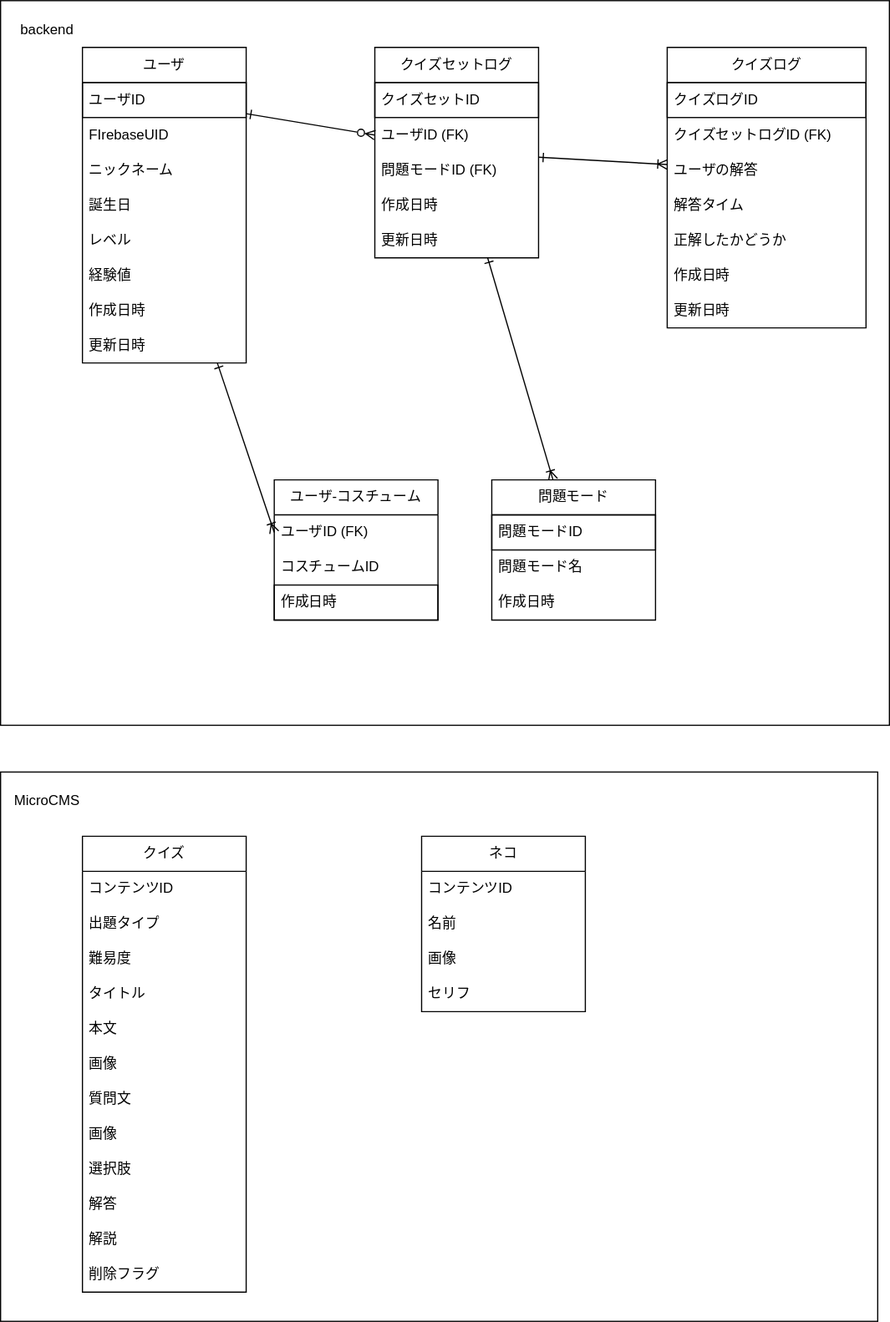
This is docs/db.drawio.svg from kouxi08/Hontokun-backend, a draw.io export, as it was before one commit. Source tidied: cells renumbered, new cells last; positions are measured from the earlier drawing's top-left corner, leaving out a move shared by most shapes.
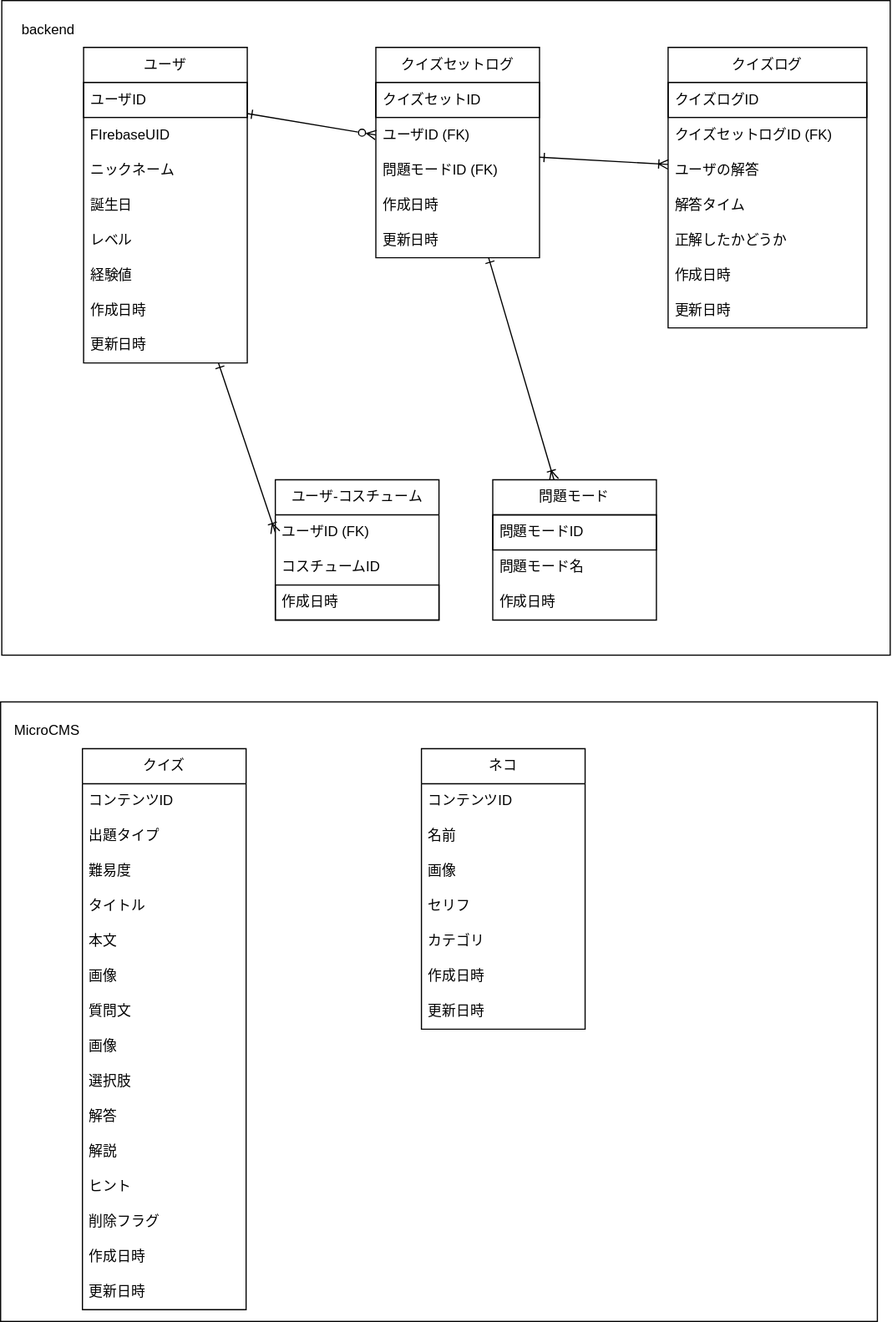
After the commit.

Commit message:
[fix] refs 2 MicroCMSのスキーマ修正する

Change to the diagram source:
```diff
@@ -3,10 +3,10 @@
     <mxCell id="0" />
     <mxCell id="1" parent="0" />
     <mxCell id="2" style="rounded=0;whiteSpace=wrap;html=1;" parent="1" vertex="1">
-      <mxGeometry y="660" width="750" height="470" as="geometry" />
+      <mxGeometry x="-1" y="600" width="750" height="530" as="geometry" />
     </mxCell>
     <mxCell id="3" style="rounded=0;whiteSpace=wrap;html=1;fontStyle=1;" parent="1" vertex="1">
-      <mxGeometry width="760" height="620" as="geometry" />
+      <mxGeometry width="760" height="560" as="geometry" />
     </mxCell>
     <mxCell id="4" style="edgeStyle=none;html=1;entryX=0;entryY=0.5;entryDx=0;entryDy=0;startArrow=ERone;startFill=0;endArrow=ERoneToMany;endFill=0;" parent="1" edge="1" source="5" target="31">
       <mxGeometry relative="1" as="geometry" />
@@ -101,7 +101,7 @@
       <mxGeometry y="90" width="140" height="30" as="geometry" />
     </mxCell>
     <mxCell id="34" value="クイズ" style="swimlane;fontStyle=0;horizontal=1;startSize=30;whiteSpace=wrap;html=1;" parent="1" vertex="1">
-      <mxGeometry x="70" y="715" width="140" height="390" as="geometry" />
+      <mxGeometry x="69" y="640" width="140" height="480" as="geometry" />
     </mxCell>
     <mxCell id="35" value="コンテンツID" style="text;strokeColor=none;fillColor=none;align=left;verticalAlign=middle;spacingLeft=4;spacingRight=4;overflow=hidden;whiteSpace=wrap;html=1;" parent="34" vertex="1">
       <mxGeometry y="30" width="140" height="30" as="geometry" />
@@ -136,11 +136,20 @@
     <mxCell id="45" value="解説" style="text;strokeColor=none;fillColor=none;align=left;verticalAlign=middle;spacingLeft=4;spacingRight=4;overflow=hidden;whiteSpace=wrap;html=1;" parent="34" vertex="1">
       <mxGeometry y="330" width="140" height="30" as="geometry" />
     </mxCell>
-    <mxCell id="46" value="削除フラグ" style="text;strokeColor=none;fillColor=none;align=left;verticalAlign=middle;spacingLeft=4;spacingRight=4;overflow=hidden;whiteSpace=wrap;html=1;" parent="34" vertex="1">
+    <mxCell id="46" value="ヒント" style="text;strokeColor=none;fillColor=none;align=left;verticalAlign=middle;spacingLeft=4;spacingRight=4;overflow=hidden;whiteSpace=wrap;html=1;" parent="34" vertex="1">
       <mxGeometry y="360" width="140" height="30" as="geometry" />
     </mxCell>
+    <mxCell id="59" value="削除フラグ" style="text;strokeColor=none;fillColor=none;align=left;verticalAlign=middle;spacingLeft=4;spacingRight=4;overflow=hidden;whiteSpace=wrap;html=1;" parent="34" vertex="1">
+      <mxGeometry y="390" width="140" height="30" as="geometry" />
+    </mxCell>
+    <mxCell id="60" value="作成日時" style="text;strokeColor=none;fillColor=none;align=left;verticalAlign=middle;spacingLeft=4;spacingRight=4;overflow=hidden;whiteSpace=wrap;html=1;" parent="34" vertex="1">
+      <mxGeometry y="420" width="140" height="30" as="geometry" />
+    </mxCell>
+    <mxCell id="61" value="更新日時" style="text;strokeColor=none;fillColor=none;align=left;verticalAlign=middle;spacingLeft=4;spacingRight=4;overflow=hidden;whiteSpace=wrap;html=1;" parent="34" vertex="1">
+      <mxGeometry y="450" width="140" height="30" as="geometry" />
+    </mxCell>
     <mxCell id="47" value="ネコ" style="swimlane;fontStyle=0;horizontal=1;startSize=30;whiteSpace=wrap;html=1;" parent="1" vertex="1">
-      <mxGeometry x="360" y="715" width="140" height="150" as="geometry" />
+      <mxGeometry x="359" y="640" width="140" height="240" as="geometry" />
     </mxCell>
     <mxCell id="48" value="コンテンツID" style="text;strokeColor=none;fillColor=none;align=left;verticalAlign=middle;spacingLeft=4;spacingRight=4;overflow=hidden;whiteSpace=wrap;html=1;" parent="47" vertex="1">
       <mxGeometry y="30" width="140" height="30" as="geometry" />
@@ -154,8 +163,17 @@
     <mxCell id="51" value="セリフ" style="text;strokeColor=none;fillColor=none;align=left;verticalAlign=middle;spacingLeft=4;spacingRight=4;overflow=hidden;whiteSpace=wrap;html=1;" parent="47" vertex="1">
       <mxGeometry y="120" width="140" height="30" as="geometry" />
     </mxCell>
+    <mxCell id="62" value="カテゴリ" style="text;strokeColor=none;fillColor=none;align=left;verticalAlign=middle;spacingLeft=4;spacingRight=4;overflow=hidden;whiteSpace=wrap;html=1;" parent="47" vertex="1">
+      <mxGeometry y="150" width="140" height="30" as="geometry" />
+    </mxCell>
+    <mxCell id="63" value="作成日時" style="text;strokeColor=none;fillColor=none;align=left;verticalAlign=middle;spacingLeft=4;spacingRight=4;overflow=hidden;whiteSpace=wrap;html=1;" parent="47" vertex="1">
+      <mxGeometry y="180" width="140" height="30" as="geometry" />
+    </mxCell>
+    <mxCell id="64" value="更新日時" style="text;strokeColor=none;fillColor=none;align=left;verticalAlign=middle;spacingLeft=4;spacingRight=4;overflow=hidden;whiteSpace=wrap;html=1;" parent="47" vertex="1">
+      <mxGeometry y="210" width="140" height="30" as="geometry" />
+    </mxCell>
     <mxCell id="52" value="MicroCMS" style="text;html=1;strokeColor=none;fillColor=none;align=center;verticalAlign=middle;whiteSpace=wrap;rounded=0;" parent="1" vertex="1">
-      <mxGeometry x="10" y="670" width="60" height="30" as="geometry" />
+      <mxGeometry x="9" y="610" width="60" height="30" as="geometry" />
     </mxCell>
     <mxCell id="53" value="backend" style="text;html=1;strokeColor=none;fillColor=none;align=center;verticalAlign=middle;whiteSpace=wrap;rounded=0;" parent="1" vertex="1">
       <mxGeometry x="10" y="10" width="60" height="30" as="geometry" />
```
